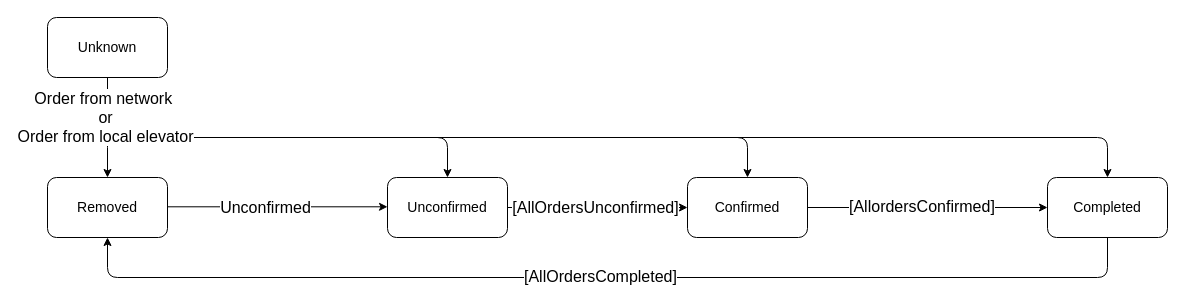
The draw.io diagram Documentation/orderState.drawio in jensmunkerud/ElevatorProject, before the edit. Source tidied: cells renumbered, new cells numbered last; positions are measured from the earlier drawing's top-left corner, leaving out a move shared by most shapes. Both pictures are drawn from the tidied source at 100%, with x=0, y=0 at pixel (47, 17).
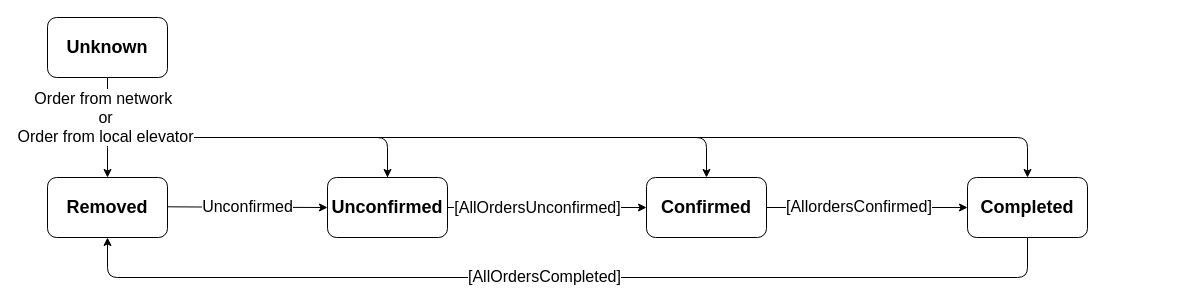
Above is the later version.

Commit message (it also covers changes not shown here):
Updated order state

The edit, as a diff of the source:
```diff
@@
     <mxCell id="3" style="edgeStyle=none;html=1;entryX=0.5;entryY=0;entryDx=0;entryDy=0;rounded=1;curved=0;" parent="1" edge="1" target="9">
       <mxGeometry relative="1" as="geometry">
         <mxPoint x="60" y="60" as="sourcePoint" />
         <Array as="points">
           <mxPoint x="60" y="120" />
-          <mxPoint x="400" y="120" />
+          <mxPoint x="340" y="120" />
         </Array>
       </mxGeometry>
     </mxCell>
     <mxCell id="4" style="edgeStyle=none;html=1;entryX=0.5;entryY=0;entryDx=0;entryDy=0;rounded=1;curved=0;" parent="1" edge="1" target="12">
       <mxGeometry relative="1" as="geometry">
         <mxPoint x="60" y="60" as="sourcePoint" />
         <Array as="points">
           <mxPoint x="60" y="120" />
-          <mxPoint x="700" y="120" />
+          <mxPoint x="659" y="120" />
         </Array>
       </mxGeometry>
     </mxCell>
     <mxCell id="5" style="edgeStyle=none;html=1;entryX=0.5;entryY=0;entryDx=0;entryDy=0;rounded=1;curved=0;" parent="1" edge="1" target="14">
       <mxGeometry relative="1" as="geometry">
         <mxPoint x="60" y="70" as="sourcePoint" />
         <Array as="points">
           <mxPoint x="60" y="120" />
-          <mxPoint x="1060" y="120" />
+          <mxPoint x="980" y="120" />
         </Array>
       </mxGeometry>
     </mxCell>
-    <mxCell id="6" value="Unknown" style="rounded=1;whiteSpace=wrap;html=1;fontSize=14;" parent="1" vertex="1">
+    <mxCell id="6" value="Unknown" style="rounded=1;whiteSpace=wrap;html=1;fontSize=18;fontStyle=1;" parent="1" vertex="1">
       <mxGeometry width="120" height="60" as="geometry" />
     </mxCell>
-    <mxCell id="7" value="Removed" style="rounded=1;whiteSpace=wrap;html=1;fontSize=14;" parent="1" vertex="1">
+    <mxCell id="7" value="Removed" style="rounded=1;whiteSpace=wrap;html=1;fontSize=18;fontStyle=1;" parent="1" vertex="1">
       <mxGeometry y="160" width="120" height="60" as="geometry" />
     </mxCell>
@@
-    <mxCell id="9" value="Unconfirmed" style="rounded=1;whiteSpace=wrap;html=1;fontSize=14;" parent="1" vertex="1">
-      <mxGeometry x="340" y="160" width="120" height="60" as="geometry" />
-    </mxCell>
-    <mxCell id="10" style="edgeStyle=orthogonalEdgeStyle;rounded=0;orthogonalLoop=1;jettySize=auto;html=1;entryX=0;entryY=0.5;entryDx=0;entryDy=0;fillColor=#d5e8d4;strokeColor=light-dark(#000000,#2C6700);gradientColor=#97d077;" parent="1" edge="1">
+    <mxCell id="10" style="edgeStyle=orthogonalEdgeStyle;rounded=0;jettySize=auto;html=1;entryX=0;entryY=0.5;entryDx=0;entryDy=0;fillColor=#d5e8d4;strokeColor=light-dark(#000000,#2C6700);gradientColor=#97d077;" parent="1" edge="1" source="9">
       <mxGeometry relative="1" as="geometry">
-        <mxPoint x="120" y="189.3" as="sourcePoint" />
         <mxPoint x="340" y="189.3" as="targetPoint" />
       </mxGeometry>
     </mxCell>
@@
-    <mxCell id="12" value="Confirmed" style="rounded=1;whiteSpace=wrap;html=1;fontSize=14;" parent="1" vertex="1">
-      <mxGeometry x="640" y="160" width="120" height="60" as="geometry" />
+    <mxCell id="12" value="Confirmed" style="rounded=1;whiteSpace=wrap;html=1;fontSize=18;fontStyle=1;" parent="1" vertex="1">
+      <mxGeometry x="599" y="160" width="120" height="60" as="geometry" />
     </mxCell>
     <mxCell id="13" style="edgeStyle=none;html=1;entryX=0.5;entryY=1;entryDx=0;entryDy=0;rounded=1;curved=0;" parent="1" edge="1" source="14" target="7">
       <mxGeometry relative="1" as="geometry">
         <Array as="points">
-          <mxPoint x="1060" y="260" />
+          <mxPoint x="980" y="260" />
           <mxPoint x="520" y="260" />
           <mxPoint x="60" y="260" />
         </Array>
       </mxGeometry>
     </mxCell>
-    <mxCell id="14" value="Completed" style="rounded=1;whiteSpace=wrap;html=1;fontSize=14;" parent="1" vertex="1">
-      <mxGeometry x="1000" y="160" width="120" height="60" as="geometry" />
+    <mxCell id="14" value="Completed" style="rounded=1;whiteSpace=wrap;html=1;fontSize=18;fontStyle=1;" parent="1" vertex="1">
+      <mxGeometry x="920" y="160" width="120" height="60" as="geometry" />
     </mxCell>
@@
-    <mxCell id="16" value="Unconfirmed" style="edgeLabel;html=1;align=center;verticalAlign=middle;fontSize=16;" parent="1" vertex="1">
-      <mxGeometry x="220" y="190" as="geometry">
-        <mxPoint x="-3" y="-1" as="offset" />
-      </mxGeometry>
-    </mxCell>
     <mxCell id="17" value="[AllOrdersUnconfirmed]" style="edgeLabel;html=1;align=center;verticalAlign=middle;fontSize=16;" parent="1" vertex="1">
-      <mxGeometry x="550" y="190" as="geometry">
+      <mxGeometry x="492" y="190" as="geometry">
         <mxPoint x="-3" y="-1" as="offset" />
       </mxGeometry>
     </mxCell>
     <mxCell id="18" value="&lt;div style=&quot;text-align: center;&quot;&gt;&lt;span style=&quot;font-size: 16px; text-wrap-mode: nowrap; background-color: rgb(255, 255, 255);&quot;&gt;[AllordersConfirmed]&lt;/span&gt;&lt;/div&gt;" style="text;whiteSpace=wrap;html=1;" parent="1" vertex="1">
-      <mxGeometry x="800" y="173" width="150" height="30" as="geometry" />
+      <mxGeometry x="737" y="173" width="150" height="30" as="geometry" />
     </mxCell>
-    <mxCell id="19" value="&lt;div style=&quot;text-align: center;&quot;&gt;&lt;span style=&quot;font-size: 16px; text-wrap-mode: nowrap; background-color: rgb(255, 255, 255);&quot;&gt;[AllOrdersCompleted]&lt;/span&gt;&lt;/div&gt;" style="text;whiteSpace=wrap;html=1;" parent="1" vertex="1">
-      <mxGeometry x="475" y="243" width="150" height="30" as="geometry" />
+    <mxCell id="19" value="&lt;div style=&quot;text-align: center;&quot;&gt;&lt;span style=&quot;font-size: 16px; text-wrap-mode: nowrap; background-color: rgb(255, 255, 255);&quot;&gt;[AllOrdersCompleted]&lt;/span&gt;&lt;/div&gt;" style="text;whiteSpace=wrap;html=1;fontColor=#000000;" parent="1" vertex="1">
+      <mxGeometry x="419" y="243" width="150" height="30" as="geometry" />
     </mxCell>
+    <mxCell id="20" style="edgeStyle=orthogonalEdgeStyle;rounded=0;jettySize=auto;html=1;entryX=0;entryY=0.5;entryDx=0;entryDy=0;fillColor=#d5e8d4;strokeColor=light-dark(#000000,#2C6700);gradientColor=#97d077;" parent="1" edge="1" target="9">
+      <mxGeometry relative="1" as="geometry">
+        <mxPoint x="120" y="189.3" as="sourcePoint" />
+      </mxGeometry>
+    </mxCell>
+    <mxCell id="9" value="Unconfirmed" style="rounded=1;whiteSpace=wrap;html=1;fontSize=18;fontStyle=1;" parent="1" vertex="1">
+      <mxGeometry x="280" y="160" width="120" height="60" as="geometry" />
+    </mxCell>
+    <mxCell id="16" value="Unconfirmed" style="edgeLabel;html=1;align=center;verticalAlign=middle;fontSize=16;" parent="1" vertex="1">
+      <mxGeometry x="198" y="188" as="geometry">
+        <mxPoint x="1" as="offset" />
+      </mxGeometry>
+    </mxCell>
```
